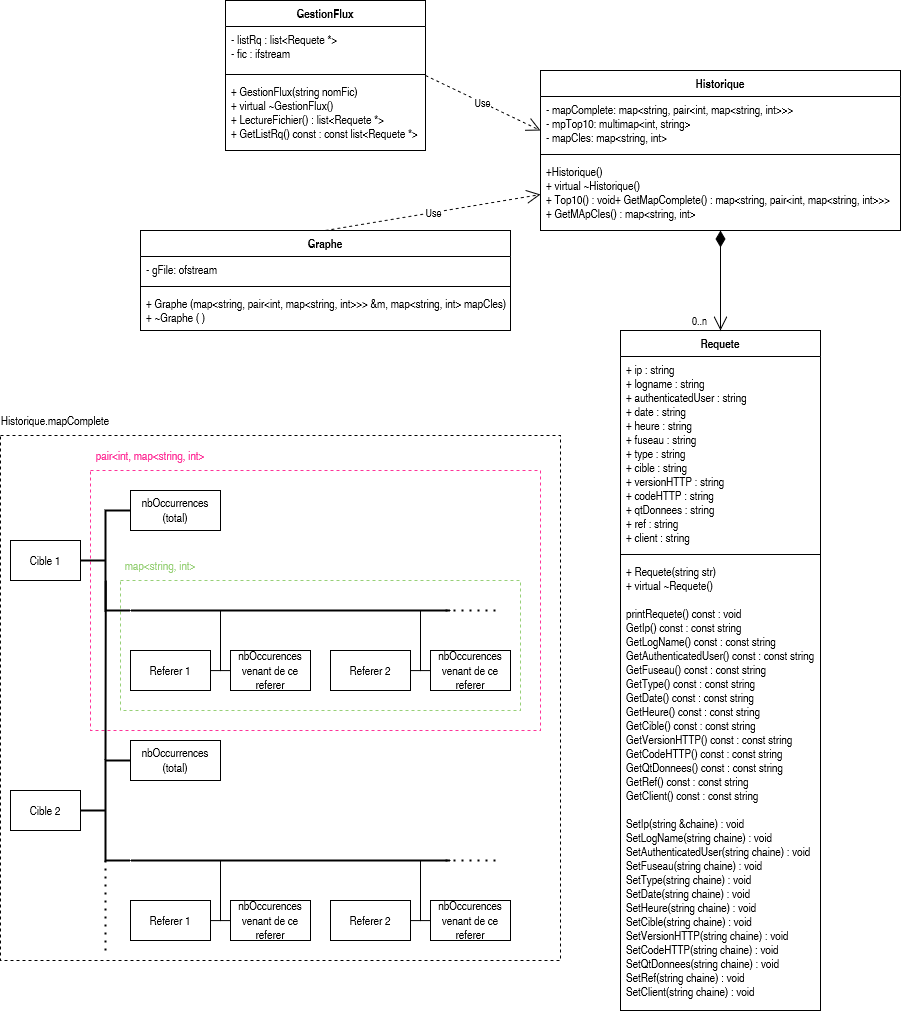
Linasa64/TP4 keeps this draw.io diagram as ressources/UML.png. Above is the earlier version. Source tidied: cells renumbered, new cells last; positions are measured from the earlier drawing's top-left corner, leaving out a move shared by most shapes. Source of this version:
```xml
<mxGraphModel>
  <root>
    <mxCell id="0" />
    <mxCell id="1" parent="0" />
    <mxCell id="2" style="rounded=0;whiteSpace=wrap;html=1;fillColor=none;dashed=1;strokeColor=#97D077;" parent="1" vertex="1">
      <mxGeometry x="120" y="580" width="400" height="130" as="geometry" />
    </mxCell>
    <mxCell id="3" style="rounded=0;whiteSpace=wrap;html=1;fillColor=none;dashed=1;strokeColor=#FF3399;" parent="1" vertex="1">
      <mxGeometry x="90" y="470" width="450" height="260" as="geometry" />
    </mxCell>
    <mxCell id="4" style="rounded=0;whiteSpace=wrap;html=1;fillColor=none;dashed=1;strokeColor=#000000;" parent="1" vertex="1">
      <mxGeometry y="435" width="560" height="525" as="geometry" />
    </mxCell>
    <mxCell id="5" value="Graphe" style="swimlane;fontStyle=1;align=center;verticalAlign=top;horizontal=1;startSize=26;" parent="1" vertex="1">
      <mxGeometry x="140" y="230" width="370" height="100" as="geometry" />
    </mxCell>
    <mxCell id="6" value="- gFile: ofstream" style="text;strokeColor=none;fillColor=none;align=left;verticalAlign=top;spacingLeft=4;spacingRight=4;overflow=hidden;" parent="5" vertex="1">
      <mxGeometry y="26" width="370" height="26" as="geometry" />
    </mxCell>
    <mxCell id="7" style="line;strokeWidth=1;fillColor=none;align=left;verticalAlign=middle;spacingTop=-1;spacingLeft=3;spacingRight=3;labelPosition=right;strokeColor=inherit;" parent="5" vertex="1">
      <mxGeometry y="52" width="370" height="8" as="geometry" />
    </mxCell>
    <mxCell id="8" value="+ Graphe (map&lt;string, pair&lt;int, map&lt;string, int&gt;&gt;&gt; &amp;m, map&lt;string, int&gt; mapCles)&#10;+ ~Graphe ( )" style="text;strokeColor=none;fillColor=none;align=left;verticalAlign=top;spacingLeft=4;spacingRight=4;overflow=hidden;" parent="5" vertex="1">
      <mxGeometry y="60" width="370" height="40" as="geometry" />
    </mxCell>
    <mxCell id="9" value="Historique" style="swimlane;fontStyle=1;align=center;verticalAlign=top;horizontal=1;startSize=26;" parent="1" vertex="1">
      <mxGeometry x="540" y="70" width="360" height="160" as="geometry" />
    </mxCell>
    <mxCell id="10" value="- mapComplete: map&lt;string, pair&lt;int, map&lt;string, int&gt;&gt;&gt;&#10;- mpTop10: multimap&lt;int, string&gt;&#10;- mapCles: map&lt;string, int&gt;&#10;&#10;" style="text;strokeColor=none;fillColor=none;align=left;verticalAlign=top;spacingLeft=4;spacingRight=4;overflow=hidden;points=[[0,0.5],[1,0.5]];portConstraint=eastwest;" parent="9" vertex="1">
      <mxGeometry y="26" width="360" height="54" as="geometry" />
    </mxCell>
    <mxCell id="11" style="line;strokeWidth=1;fillColor=none;align=left;verticalAlign=middle;spacingTop=-1;spacingLeft=3;spacingRight=3;labelPosition=right;strokeColor=inherit;" parent="9" vertex="1">
      <mxGeometry y="80" width="360" height="8" as="geometry" />
    </mxCell>
    <mxCell id="12" value="+Historique()&#10;+ virtual ~Historique()&#10;+ Top10() : void+ GetMapComplete() : map&lt;string, pair&lt;int, map&lt;string, int&gt;&gt;&gt;&#10;+ GetMApCles() : map&lt;string, int&gt;" style="text;strokeColor=none;fillColor=none;align=left;verticalAlign=top;spacingLeft=4;spacingRight=4;overflow=hidden;points=[[0,0.5],[1,0.5]];portConstraint=eastwest;" parent="9" vertex="1">
      <mxGeometry y="88" width="360" height="72" as="geometry" />
    </mxCell>
    <mxCell id="13" value="GestionFlux" style="swimlane;fontStyle=1;align=center;verticalAlign=top;horizontal=1;startSize=26;" parent="1" vertex="1">
      <mxGeometry x="225" width="200" height="150" as="geometry" />
    </mxCell>
    <mxCell id="14" value="- listRq : list&lt;Requete *&gt;&#10;- fic : ifstream&#10;" style="text;strokeColor=none;fillColor=none;align=left;verticalAlign=top;spacingLeft=4;spacingRight=4;overflow=hidden;" parent="13" vertex="1">
      <mxGeometry y="26" width="200" height="44" as="geometry" />
    </mxCell>
    <mxCell id="15" style="line;strokeWidth=1;fillColor=none;align=left;verticalAlign=middle;spacingTop=-1;spacingLeft=3;spacingRight=3;labelPosition=right;strokeColor=inherit;" parent="13" vertex="1">
      <mxGeometry y="70" width="200" height="8" as="geometry" />
    </mxCell>
    <mxCell id="16" value="+ GestionFlux(string nomFic)&#10;+ virtual ~GestionFlux()&#10;+ LectureFichier() : list&lt;Requete *&gt;&#10;+ GetListRq() const : const list&lt;Requete *&gt;&#10;" style="text;strokeColor=none;fillColor=none;align=left;verticalAlign=top;spacingLeft=4;spacingRight=4;overflow=hidden;" parent="13" vertex="1">
      <mxGeometry y="78" width="200" height="72" as="geometry" />
    </mxCell>
    <mxCell id="17" value="Requete" style="swimlane;fontStyle=1;align=center;verticalAlign=top;horizontal=1;startSize=26;" parent="1" vertex="1">
      <mxGeometry x="620" y="330" width="200" height="680" as="geometry" />
    </mxCell>
    <mxCell id="18" value="+ ip : string&#10;+ logname : string&#10;+ authenticatedUser : string&#10;+ date : string&#10;+ heure : string&#10;+ fuseau : string&#10;+ type : string&#10;+ cible : string&#10;+ versionHTTP : string&#10;+ codeHTTP : string&#10;+ qtDonnees : string&#10;+ ref : string&#10;+ client : string&#10;" style="text;strokeColor=none;fillColor=none;align=left;verticalAlign=top;spacingLeft=4;spacingRight=4;overflow=hidden;" parent="17" vertex="1">
      <mxGeometry y="26" width="200" height="194" as="geometry" />
    </mxCell>
    <mxCell id="19" style="line;strokeWidth=1;fillColor=none;align=left;verticalAlign=middle;spacingTop=-1;spacingLeft=3;spacingRight=3;labelPosition=right;strokeColor=inherit;" parent="17" vertex="1">
      <mxGeometry y="220" width="200" height="8" as="geometry" />
    </mxCell>
    <mxCell id="20" value="+ Requete(string str)&#10;+ virtual ~Requete()&#10;&#10;printRequete() const : void&#10;GetIp() const : const string &#10;GetLogName() const : const string &#10;GetAuthenticatedUser() const : const string &#10;GetFuseau() const : const string &#10;GetType() const : const string &#10;GetDate() const : const string &#10;GetHeure() const : const string &#10;GetCible() const : const string &#10;GetVersionHTTP() const : const string &#10;GetCodeHTTP() const : const string &#10;GetQtDonnees() const : const string &#10;GetRef() const : const string &#10;GetClient() const : const string&#10;&#10; SetIp(string &amp;chaine) : void &#10;SetLogName(string chaine) : void &#10;SetAuthenticatedUser(string chaine) : void &#10;SetFuseau(string chaine) : void &#10;SetType(string chaine) : void &#10;SetDate(string chaine) : void &#10;SetHeure(string chaine) : void &#10;SetCible(string chaine) : void &#10;SetVersionHTTP(string chaine) : void &#10;SetCodeHTTP(string chaine) : void &#10;SetQtDonnees(string chaine) : void &#10;SetRef(string chaine) : void &#10;SetClient(string chaine) : void " style="text;strokeColor=none;fillColor=none;align=left;verticalAlign=top;spacingLeft=4;spacingRight=4;overflow=hidden;" parent="17" vertex="1">
      <mxGeometry y="228" width="200" height="452" as="geometry" />
    </mxCell>
    <mxCell id="21" value="0..n" style="endArrow=open;html=1;endSize=12;startArrow=diamondThin;startSize=14;startFill=1;edgeStyle=orthogonalEdgeStyle;align=left;verticalAlign=bottom;rounded=0;entryX=0.5;entryY=0;entryDx=0;entryDy=0;exitX=0.5;exitY=1;exitDx=0;exitDy=0;" parent="1" edge="1" source="9" target="17">
      <mxGeometry x="1" y="-30" relative="1" as="geometry" />
    </mxCell>
    <mxCell id="22" value="Use" style="endArrow=open;endSize=12;dashed=1;html=1;rounded=0;entryX=0;entryY=0.63;entryDx=0;entryDy=0;entryPerimeter=0;exitX=1;exitY=0.5;exitDx=0;exitDy=0;" parent="1" edge="1" source="13" target="10">
      <mxGeometry relative="1" as="geometry" />
    </mxCell>
    <mxCell id="23" value="Use" style="endArrow=open;endSize=12;dashed=1;html=1;rounded=0;exitX=0.5;exitY=0;exitDx=0;exitDy=0;entryX=0;entryY=0.5;entryDx=0;entryDy=0;" parent="1" edge="1" source="5" target="12">
      <mxGeometry relative="1" as="geometry" />
    </mxCell>
    <mxCell id="24" value="Cible 1" style="rounded=0;whiteSpace=wrap;html=1;" parent="1" vertex="1">
      <mxGeometry x="10" y="540" width="70" height="40" as="geometry" />
    </mxCell>
    <mxCell id="25" style="strokeWidth=2;html=1;shape=mxgraph.flowchart.annotation_2;align=left;labelPosition=right;" parent="1" vertex="1">
      <mxGeometry x="80" y="510" width="50" height="100" as="geometry" />
    </mxCell>
    <mxCell id="26" value="&lt;div&gt;nbOccurrences&lt;/div&gt;&lt;div&gt;(total)&lt;/div&gt;" style="rounded=0;whiteSpace=wrap;html=1;" parent="1" vertex="1">
      <mxGeometry x="130" y="490" width="90" height="40" as="geometry" />
    </mxCell>
    <mxCell id="27" style="edgeStyle=orthogonalEdgeStyle;sourcePerimeterSpacing=0;targetPerimeterSpacing=0;startArrow=none;endArrow=none;rounded=0;targetPortConstraint=eastwest;sourcePortConstraint=northsouth;curved=0;rounded=0;" parent="1" edge="1" target="29">
      <mxGeometry relative="1" as="geometry">
        <mxPoint x="220" y="610" as="sourcePoint" />
      </mxGeometry>
    </mxCell>
    <mxCell id="28" style="edgeStyle=orthogonalEdgeStyle;sourcePerimeterSpacing=0;targetPerimeterSpacing=0;startArrow=none;endArrow=none;rounded=0;targetPortConstraint=eastwest;sourcePortConstraint=northsouth;curved=0;rounded=0;" parent="1" edge="1" target="30">
      <mxGeometry relative="1" as="geometry">
        <mxPoint x="220" y="610" as="sourcePoint" />
      </mxGeometry>
    </mxCell>
    <mxCell id="29" value="Referer 1" style="whiteSpace=wrap;html=1;align=center;verticalAlign=middle;" parent="1" vertex="1">
      <mxGeometry x="130" y="650" width="80" height="40" as="geometry" />
    </mxCell>
    <mxCell id="30" value="nbOccurences venant de ce referer" style="whiteSpace=wrap;html=1;align=center;verticalAlign=middle;" parent="1" vertex="1">
      <mxGeometry x="230" y="650" width="80" height="40" as="geometry" />
    </mxCell>
    <mxCell id="31" style="edgeStyle=orthogonalEdgeStyle;sourcePerimeterSpacing=0;targetPerimeterSpacing=0;startArrow=none;endArrow=none;rounded=0;targetPortConstraint=eastwest;sourcePortConstraint=northsouth;curved=0;rounded=0;" parent="1" edge="1" target="33">
      <mxGeometry relative="1" as="geometry">
        <mxPoint x="420" y="610" as="sourcePoint" />
      </mxGeometry>
    </mxCell>
    <mxCell id="32" style="edgeStyle=orthogonalEdgeStyle;sourcePerimeterSpacing=0;targetPerimeterSpacing=0;startArrow=none;endArrow=none;rounded=0;targetPortConstraint=eastwest;sourcePortConstraint=northsouth;curved=0;rounded=0;" parent="1" edge="1" target="34">
      <mxGeometry relative="1" as="geometry">
        <mxPoint x="420" y="610" as="sourcePoint" />
      </mxGeometry>
    </mxCell>
    <mxCell id="33" value="Referer 2" style="whiteSpace=wrap;html=1;align=center;verticalAlign=middle;" parent="1" vertex="1">
      <mxGeometry x="330" y="650" width="80" height="40" as="geometry" />
    </mxCell>
    <mxCell id="34" value="nbOccurences venant de ce referer" style="whiteSpace=wrap;html=1;align=center;verticalAlign=middle;" parent="1" vertex="1">
      <mxGeometry x="430" y="650" width="80" height="40" as="geometry" />
    </mxCell>
    <mxCell id="35" style="endArrow=none;html=1;rounded=0;exitX=1;exitY=1;exitDx=0;exitDy=0;exitPerimeter=0;strokeWidth=2;" parent="1" edge="1" source="25">
      <mxGeometry relative="1" as="geometry">
        <mxPoint x="450" y="610" as="targetPoint" />
      </mxGeometry>
    </mxCell>
    <mxCell id="36" style="endArrow=none;dashed=1;html=1;dashPattern=1 3;strokeWidth=2;rounded=0;" parent="1" edge="1">
      <mxGeometry relative="1" as="geometry">
        <mxPoint x="445" y="610" as="sourcePoint" />
        <mxPoint x="495" y="610" as="targetPoint" />
      </mxGeometry>
    </mxCell>
    <mxCell id="37" value="pair&amp;lt;int, map&amp;lt;string, int&amp;gt;" style="text;html=1;strokeColor=none;fillColor=none;align=center;verticalAlign=middle;whiteSpace=wrap;rounded=0;fontColor=#FF3399;" parent="1" vertex="1">
      <mxGeometry x="90" y="440" width="120" height="30" as="geometry" />
    </mxCell>
    <mxCell id="38" value="map&amp;lt;string, int&amp;gt;" style="text;html=1;strokeColor=none;fillColor=none;align=center;verticalAlign=middle;whiteSpace=wrap;rounded=0;fontColor=#97D077;" parent="1" vertex="1">
      <mxGeometry x="120" y="550" width="80" height="30" as="geometry" />
    </mxCell>
    <mxCell id="39" value="Historique.mapComplete" style="text;html=1;strokeColor=none;fillColor=none;align=center;verticalAlign=middle;whiteSpace=wrap;rounded=0;fontColor=#000000;" parent="1" vertex="1">
      <mxGeometry y="405" width="110" height="30" as="geometry" />
    </mxCell>
    <mxCell id="40" value="Cible 2" style="rounded=0;whiteSpace=wrap;html=1;" parent="1" vertex="1">
      <mxGeometry x="10" y="790" width="70" height="40" as="geometry" />
    </mxCell>
    <mxCell id="41" style="strokeWidth=2;html=1;shape=mxgraph.flowchart.annotation_2;align=left;labelPosition=right;" parent="1" vertex="1">
      <mxGeometry x="80" y="760" width="50" height="100" as="geometry" />
    </mxCell>
    <mxCell id="42" value="&lt;div&gt;nbOccurrences&lt;/div&gt;&lt;div&gt;(total)&lt;/div&gt;" style="rounded=0;whiteSpace=wrap;html=1;" parent="1" vertex="1">
      <mxGeometry x="130" y="740" width="90" height="40" as="geometry" />
    </mxCell>
    <mxCell id="43" style="edgeStyle=orthogonalEdgeStyle;sourcePerimeterSpacing=0;targetPerimeterSpacing=0;startArrow=none;endArrow=none;rounded=0;targetPortConstraint=eastwest;sourcePortConstraint=northsouth;curved=0;rounded=0;" parent="1" edge="1" target="45">
      <mxGeometry relative="1" as="geometry">
        <mxPoint x="220" y="860" as="sourcePoint" />
      </mxGeometry>
    </mxCell>
    <mxCell id="44" style="edgeStyle=orthogonalEdgeStyle;sourcePerimeterSpacing=0;targetPerimeterSpacing=0;startArrow=none;endArrow=none;rounded=0;targetPortConstraint=eastwest;sourcePortConstraint=northsouth;curved=0;rounded=0;" parent="1" edge="1" target="46">
      <mxGeometry relative="1" as="geometry">
        <mxPoint x="220" y="860" as="sourcePoint" />
      </mxGeometry>
    </mxCell>
    <mxCell id="45" value="Referer 1" style="whiteSpace=wrap;html=1;align=center;verticalAlign=middle;" parent="1" vertex="1">
      <mxGeometry x="130" y="900" width="80" height="40" as="geometry" />
    </mxCell>
    <mxCell id="46" value="nbOccurences venant de ce referer" style="whiteSpace=wrap;html=1;align=center;verticalAlign=middle;" parent="1" vertex="1">
      <mxGeometry x="230" y="900" width="80" height="40" as="geometry" />
    </mxCell>
    <mxCell id="47" style="edgeStyle=orthogonalEdgeStyle;sourcePerimeterSpacing=0;targetPerimeterSpacing=0;startArrow=none;endArrow=none;rounded=0;targetPortConstraint=eastwest;sourcePortConstraint=northsouth;curved=0;rounded=0;" parent="1" edge="1" target="49">
      <mxGeometry relative="1" as="geometry">
        <mxPoint x="420" y="860" as="sourcePoint" />
      </mxGeometry>
    </mxCell>
    <mxCell id="48" style="edgeStyle=orthogonalEdgeStyle;sourcePerimeterSpacing=0;targetPerimeterSpacing=0;startArrow=none;endArrow=none;rounded=0;targetPortConstraint=eastwest;sourcePortConstraint=northsouth;curved=0;rounded=0;" parent="1" edge="1" target="50">
      <mxGeometry relative="1" as="geometry">
        <mxPoint x="420" y="860" as="sourcePoint" />
      </mxGeometry>
    </mxCell>
    <mxCell id="49" value="Referer 2" style="whiteSpace=wrap;html=1;align=center;verticalAlign=middle;" parent="1" vertex="1">
      <mxGeometry x="330" y="900" width="80" height="40" as="geometry" />
    </mxCell>
    <mxCell id="50" value="nbOccurences venant de ce referer" style="whiteSpace=wrap;html=1;align=center;verticalAlign=middle;" parent="1" vertex="1">
      <mxGeometry x="430" y="900" width="80" height="40" as="geometry" />
    </mxCell>
    <mxCell id="51" style="endArrow=none;html=1;rounded=0;exitX=1;exitY=1;exitDx=0;exitDy=0;exitPerimeter=0;strokeWidth=2;" parent="1" edge="1" source="41">
      <mxGeometry relative="1" as="geometry">
        <mxPoint x="450" y="860" as="targetPoint" />
      </mxGeometry>
    </mxCell>
    <mxCell id="52" style="endArrow=none;dashed=1;html=1;dashPattern=1 3;strokeWidth=2;rounded=0;" parent="1" edge="1">
      <mxGeometry relative="1" as="geometry">
        <mxPoint x="445" y="860" as="sourcePoint" />
        <mxPoint x="495" y="860" as="targetPoint" />
      </mxGeometry>
    </mxCell>
    <mxCell id="53" style="endArrow=none;html=1;rounded=0;strokeWidth=2;fontColor=#000000;exitX=0.5;exitY=0;exitDx=0;exitDy=0;exitPerimeter=0;entryX=0.188;entryY=0.276;entryDx=0;entryDy=0;entryPerimeter=0;" parent="1" edge="1" source="41" target="4">
      <mxGeometry relative="1" as="geometry" />
    </mxCell>
    <mxCell id="54" style="endArrow=none;dashed=1;html=1;dashPattern=1 3;strokeWidth=2;rounded=0;fontColor=#000000;exitX=0.5;exitY=1;exitDx=0;exitDy=0;exitPerimeter=0;" parent="1" edge="1" source="41">
      <mxGeometry relative="1" as="geometry">
        <mxPoint x="105" y="950" as="targetPoint" />
      </mxGeometry>
    </mxCell>
  </root>
</mxGraphModel>
```
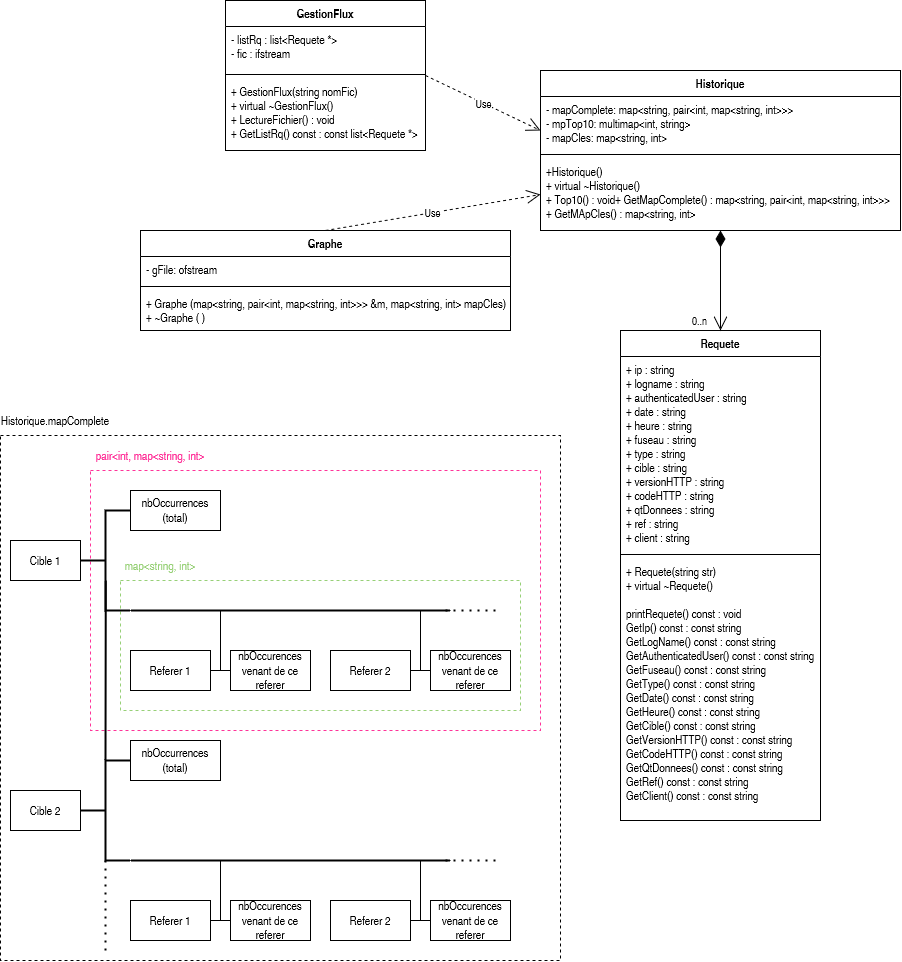
After the commit.

Change to the diagram source:
```diff
@@ -44,11 +44,11 @@
     <mxCell id="15" style="line;strokeWidth=1;fillColor=none;align=left;verticalAlign=middle;spacingTop=-1;spacingLeft=3;spacingRight=3;labelPosition=right;strokeColor=inherit;" parent="13" vertex="1">
       <mxGeometry y="70" width="200" height="8" as="geometry" />
     </mxCell>
-    <mxCell id="16" value="+ GestionFlux(string nomFic)&#10;+ virtual ~GestionFlux()&#10;+ LectureFichier() : list&lt;Requete *&gt;&#10;+ GetListRq() const : const list&lt;Requete *&gt;&#10;" style="text;strokeColor=none;fillColor=none;align=left;verticalAlign=top;spacingLeft=4;spacingRight=4;overflow=hidden;" parent="13" vertex="1">
+    <mxCell id="16" value="+ GestionFlux(string nomFic)&#10;+ virtual ~GestionFlux()&#10;+ LectureFichier() : void&#10;+ GetListRq() const : const list&lt;Requete *&gt;&#10;" style="text;strokeColor=none;fillColor=none;align=left;verticalAlign=top;spacingLeft=4;spacingRight=4;overflow=hidden;" parent="13" vertex="1">
       <mxGeometry y="78" width="200" height="72" as="geometry" />
     </mxCell>
     <mxCell id="17" value="Requete" style="swimlane;fontStyle=1;align=center;verticalAlign=top;horizontal=1;startSize=26;" parent="1" vertex="1">
-      <mxGeometry x="620" y="330" width="200" height="680" as="geometry" />
+      <mxGeometry x="620" y="330" width="200" height="490" as="geometry" />
     </mxCell>
     <mxCell id="18" value="+ ip : string&#10;+ logname : string&#10;+ authenticatedUser : string&#10;+ date : string&#10;+ heure : string&#10;+ fuseau : string&#10;+ type : string&#10;+ cible : string&#10;+ versionHTTP : string&#10;+ codeHTTP : string&#10;+ qtDonnees : string&#10;+ ref : string&#10;+ client : string&#10;" style="text;strokeColor=none;fillColor=none;align=left;verticalAlign=top;spacingLeft=4;spacingRight=4;overflow=hidden;" parent="17" vertex="1">
       <mxGeometry y="26" width="200" height="194" as="geometry" />
@@ -56,8 +56,8 @@
     <mxCell id="19" style="line;strokeWidth=1;fillColor=none;align=left;verticalAlign=middle;spacingTop=-1;spacingLeft=3;spacingRight=3;labelPosition=right;strokeColor=inherit;" parent="17" vertex="1">
       <mxGeometry y="220" width="200" height="8" as="geometry" />
     </mxCell>
-    <mxCell id="20" value="+ Requete(string str)&#10;+ virtual ~Requete()&#10;&#10;printRequete() const : void&#10;GetIp() const : const string &#10;GetLogName() const : const string &#10;GetAuthenticatedUser() const : const string &#10;GetFuseau() const : const string &#10;GetType() const : const string &#10;GetDate() const : const string &#10;GetHeure() const : const string &#10;GetCible() const : const string &#10;GetVersionHTTP() const : const string &#10;GetCodeHTTP() const : const string &#10;GetQtDonnees() const : const string &#10;GetRef() const : const string &#10;GetClient() const : const string&#10;&#10; SetIp(string &amp;chaine) : void &#10;SetLogName(string chaine) : void &#10;SetAuthenticatedUser(string chaine) : void &#10;SetFuseau(string chaine) : void &#10;SetType(string chaine) : void &#10;SetDate(string chaine) : void &#10;SetHeure(string chaine) : void &#10;SetCible(string chaine) : void &#10;SetVersionHTTP(string chaine) : void &#10;SetCodeHTTP(string chaine) : void &#10;SetQtDonnees(string chaine) : void &#10;SetRef(string chaine) : void &#10;SetClient(string chaine) : void " style="text;strokeColor=none;fillColor=none;align=left;verticalAlign=top;spacingLeft=4;spacingRight=4;overflow=hidden;" parent="17" vertex="1">
-      <mxGeometry y="228" width="200" height="452" as="geometry" />
+    <mxCell id="20" value="+ Requete(string str)&#10;+ virtual ~Requete()&#10;&#10;printRequete() const : void&#10;GetIp() const : const string &#10;GetLogName() const : const string &#10;GetAuthenticatedUser() const : const string &#10;GetFuseau() const : const string &#10;GetType() const : const string &#10;GetDate() const : const string &#10;GetHeure() const : const string &#10;GetCible() const : const string &#10;GetVersionHTTP() const : const string &#10;GetCodeHTTP() const : const string &#10;GetQtDonnees() const : const string &#10;GetRef() const : const string &#10;GetClient() const : const string" style="text;strokeColor=none;fillColor=none;align=left;verticalAlign=top;spacingLeft=4;spacingRight=4;overflow=hidden;" parent="17" vertex="1">
+      <mxGeometry y="228" width="200" height="262" as="geometry" />
     </mxCell>
     <mxCell id="21" value="0..n" style="endArrow=open;html=1;endSize=12;startArrow=diamondThin;startSize=14;startFill=1;edgeStyle=orthogonalEdgeStyle;align=left;verticalAlign=bottom;rounded=0;entryX=0.5;entryY=0;entryDx=0;entryDy=0;exitX=0.5;exitY=1;exitDx=0;exitDy=0;" parent="1" edge="1" source="9" target="17">
       <mxGeometry x="1" y="-30" relative="1" as="geometry" />
```
